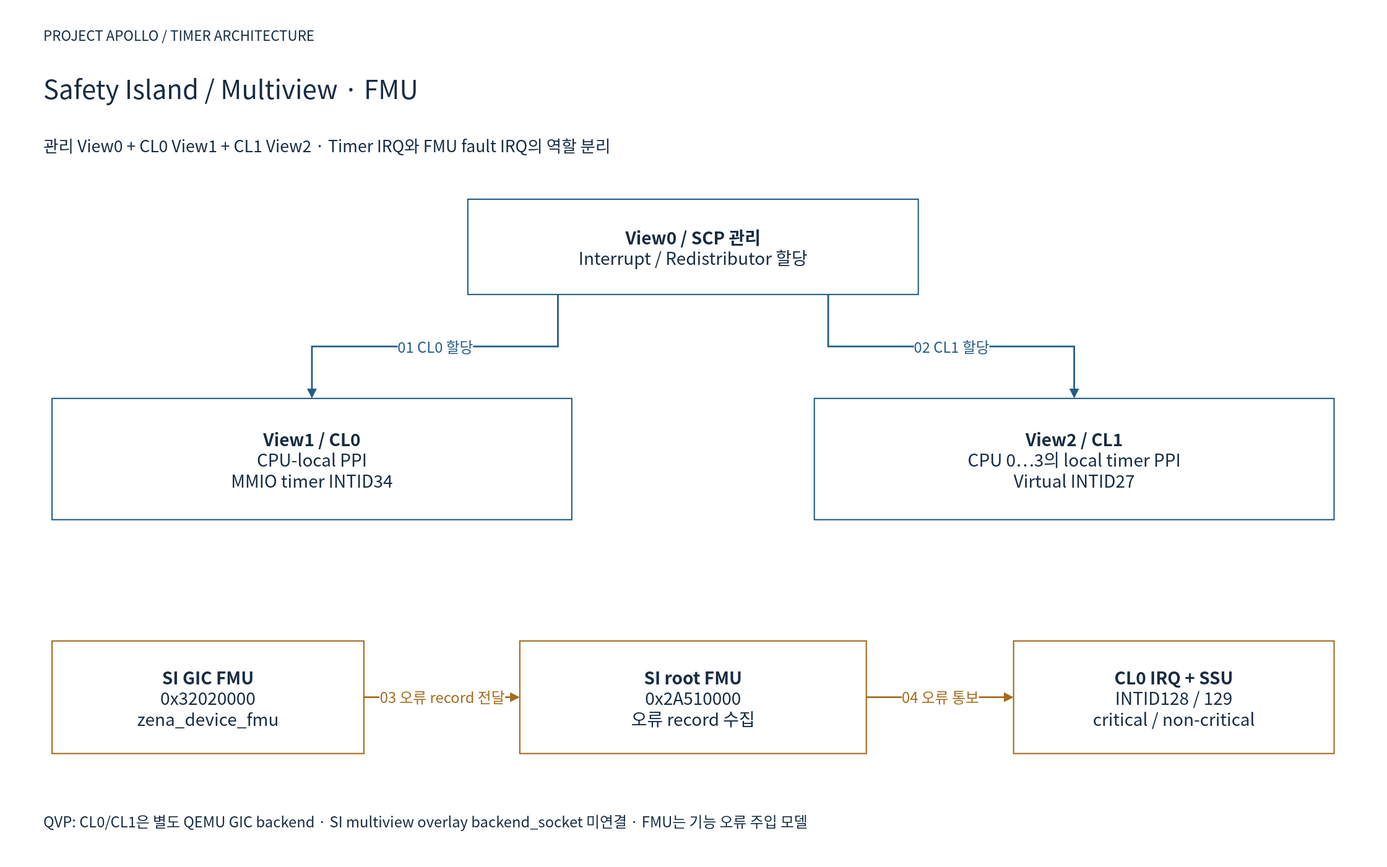
cometzero/project-apollo keeps this draw.io diagram as doc/phase1/interrupt/diagrams/01si-d-automotive.drawio.svg. Above is the earlier version. Source tidied: cells renumbered, new cells last; positions are measured from the earlier drawing's top-left corner, leaving out a move shared by most shapes.
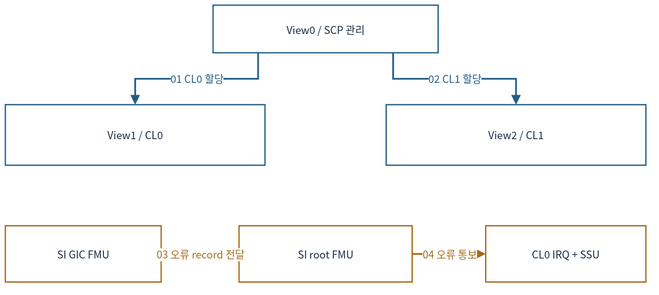
After the commit.

The edit, as a diff of the source:
```diff
@@ -2,50 +2,35 @@
   <root>
     <mxCell id="0" />
     <mxCell id="1" parent="0" />
-    <mxCell id="2" style="rounded=0;whiteSpace=wrap;html=1;fillColor=#FFFFFF;fontColor=#172C43;fontFamily=Noto Sans CJK KR;fontSize=20;strokeWidth=1.5;spacing=12;strokeColor=none;align=left;spacing=0;" parent="1" vertex="1">
-      <mxGeometry width="1600" height="1000" as="geometry" />
-    </mxCell>
-    <mxCell id="3" value="PROJECT APOLLO / TIMER ARCHITECTURE" style="rounded=0;whiteSpace=wrap;html=1;fillColor=#FFFFFF;fontColor=#172C43;fontFamily=Noto Sans CJK KR;fontSize=16;strokeWidth=1.5;spacing=12;strokeColor=none;align=left;spacing=0;" parent="1" vertex="1">
-      <mxGeometry x="50" y="25" width="1500" height="30" as="geometry" />
-    </mxCell>
-    <mxCell id="4" value="Safety Island / Multiview · FMU" style="rounded=0;whiteSpace=wrap;html=1;fillColor=#FFFFFF;fontColor=#172C43;fontFamily=Noto Sans CJK KR;fontSize=30;strokeWidth=1.5;spacing=12;strokeColor=none;align=left;spacing=0;" parent="1" vertex="1">
-      <mxGeometry x="50" y="70" width="1500" height="60" as="geometry" />
-    </mxCell>
-    <mxCell id="5" value="관리 View0 + CL0 View1 + CL1 View2 · Timer IRQ와 FMU fault IRQ의 역할 분리" style="rounded=0;whiteSpace=wrap;html=1;fillColor=#FFFFFF;fontColor=#172C43;fontFamily=Noto Sans CJK KR;fontSize=19;strokeWidth=1.5;spacing=12;strokeColor=none;align=left;spacing=0;" parent="1" vertex="1">
-      <mxGeometry x="50" y="140" width="1500" height="55" as="geometry" />
-    </mxCell>
-    <mxCell id="6" value="&lt;b&gt;View0 / SCP 관리&lt;/b&gt;&lt;br&gt;Interrupt / Redistributor 할당" style="rounded=0;whiteSpace=wrap;html=1;fillColor=#FFFFFF;fontColor=#172C43;fontFamily=Noto Sans CJK KR;fontSize=20;strokeWidth=1.5;spacing=12;strokeColor=#235D86;" parent="1" vertex="1">
-      <mxGeometry x="540" y="230" width="520" height="110" as="geometry" />
+    <mxCell id="6" value="View0 / SCP 관리" style="rounded=0;whiteSpace=wrap;html=1;fillColor=#FFFFFF;fontColor=#172C43;fontFamily=Noto Sans CJK KR;strokeWidth=1.5;strokeColor=#235D86;fontSize=12;spacing=3;whiteSpace=wrap;" parent="1" vertex="1">
+      <mxGeometry x="252" y="12" width="260" height="55" as="geometry" />
     </mxCell>
-    <mxCell id="7" value="&lt;b&gt;View1 / CL0&lt;/b&gt;&lt;br&gt;CPU-local PPI&lt;br&gt;MMIO timer INTID34" style="rounded=0;whiteSpace=wrap;html=1;fillColor=#FFFFFF;fontColor=#172C43;fontFamily=Noto Sans CJK KR;fontSize=20;strokeWidth=1.5;spacing=12;strokeColor=#235D86;" parent="1" vertex="1">
-      <mxGeometry x="60" y="460" width="600" height="140" as="geometry" />
+    <mxCell id="7" value="View1 / CL0" style="rounded=0;whiteSpace=wrap;html=1;fillColor=#FFFFFF;fontColor=#172C43;fontFamily=Noto Sans CJK KR;strokeWidth=1.5;strokeColor=#235D86;fontSize=12;spacing=3;whiteSpace=wrap;" parent="1" vertex="1">
+      <mxGeometry x="12" y="127" width="300" height="70" as="geometry" />
     </mxCell>
-    <mxCell id="8" value="&lt;b&gt;View2 / CL1&lt;/b&gt;&lt;br&gt;CPU 0…3의 local timer PPI&lt;br&gt;Virtual INTID27" style="rounded=0;whiteSpace=wrap;html=1;fillColor=#FFFFFF;fontColor=#172C43;fontFamily=Noto Sans CJK KR;fontSize=20;strokeWidth=1.5;spacing=12;strokeColor=#235D86;" parent="1" vertex="1">
-      <mxGeometry x="940" y="460" width="600" height="140" as="geometry" />
+    <mxCell id="8" value="View2 / CL1" style="rounded=0;whiteSpace=wrap;html=1;fillColor=#FFFFFF;fontColor=#172C43;fontFamily=Noto Sans CJK KR;strokeWidth=1.5;strokeColor=#235D86;fontSize=12;spacing=3;whiteSpace=wrap;" parent="1" vertex="1">
+      <mxGeometry x="452" y="127" width="300" height="70" as="geometry" />
     </mxCell>
-    <mxCell id="9" value="01  CL0 할당" style="edgeStyle=orthogonalEdgeStyle;rounded=0;html=1;endArrow=block;endFill=1;strokeWidth=2;fontFamily=Noto Sans CJK KR;fontSize=17;labelBackgroundColor=#FFFFFF;strokeColor=#235D86;fontColor=#235D86;exitX=0.2;exitY=1;entryX=0.5;entryY=0;" parent="1" edge="1" source="6" target="7">
+    <mxCell id="9" value="01  CL0 할당" style="edgeStyle=orthogonalEdgeStyle;rounded=0;html=1;endArrow=block;endFill=1;strokeWidth=2;fontFamily=Noto Sans CJK KR;labelBackgroundColor=#FFFFFF;strokeColor=#235D86;fontColor=#235D86;exitX=0.2;exitY=1;entryX=0.5;entryY=0;fontSize=12;spacing=3;whiteSpace=nowrap;" parent="1" edge="1" source="6" target="7">
       <mxGeometry relative="1" as="geometry" />
     </mxCell>
-    <mxCell id="10" value="02  CL1 할당" style="edgeStyle=orthogonalEdgeStyle;rounded=0;html=1;endArrow=block;endFill=1;strokeWidth=2;fontFamily=Noto Sans CJK KR;fontSize=17;labelBackgroundColor=#FFFFFF;strokeColor=#235D86;fontColor=#235D86;exitX=0.8;exitY=1;entryX=0.5;entryY=0;" parent="1" edge="1" source="6" target="8">
+    <mxCell id="10" value="02  CL1 할당" style="edgeStyle=orthogonalEdgeStyle;rounded=0;html=1;endArrow=block;endFill=1;strokeWidth=2;fontFamily=Noto Sans CJK KR;labelBackgroundColor=#FFFFFF;strokeColor=#235D86;fontColor=#235D86;exitX=0.8;exitY=1;entryX=0.5;entryY=0;fontSize=12;spacing=3;whiteSpace=nowrap;" parent="1" edge="1" source="6" target="8">
       <mxGeometry relative="1" as="geometry" />
     </mxCell>
-    <mxCell id="11" value="&lt;b&gt;SI GIC FMU&lt;/b&gt;&lt;br&gt;0x32020000&lt;br&gt;zena_device_fmu" style="rounded=0;whiteSpace=wrap;html=1;fillColor=#FFFFFF;fontColor=#172C43;fontFamily=Noto Sans CJK KR;fontSize=20;strokeWidth=1.5;spacing=12;strokeColor=#A56A1A;" parent="1" vertex="1">
-      <mxGeometry x="60" y="740" width="360" height="130" as="geometry" />
+    <mxCell id="11" value="SI GIC FMU" style="rounded=0;whiteSpace=wrap;html=1;fillColor=#FFFFFF;fontColor=#172C43;fontFamily=Noto Sans CJK KR;strokeWidth=1.5;strokeColor=#A56A1A;fontSize=12;spacing=3;whiteSpace=wrap;" parent="1" vertex="1">
+      <mxGeometry x="12" y="267" width="180" height="65" as="geometry" />
     </mxCell>
-    <mxCell id="12" value="&lt;b&gt;SI root FMU&lt;/b&gt;&lt;br&gt;0x2A510000&lt;br&gt;오류 record 수집" style="rounded=0;whiteSpace=wrap;html=1;fillColor=#FFFFFF;fontColor=#172C43;fontFamily=Noto Sans CJK KR;fontSize=20;strokeWidth=1.5;spacing=12;strokeColor=#A56A1A;" parent="1" vertex="1">
-      <mxGeometry x="600" y="740" width="400" height="130" as="geometry" />
+    <mxCell id="12" value="SI root FMU" style="rounded=0;whiteSpace=wrap;html=1;fillColor=#FFFFFF;fontColor=#172C43;fontFamily=Noto Sans CJK KR;strokeWidth=1.5;strokeColor=#A56A1A;fontSize=12;spacing=3;whiteSpace=wrap;" parent="1" vertex="1">
+      <mxGeometry x="282" y="267" width="200" height="65" as="geometry" />
     </mxCell>
-    <mxCell id="13" value="&lt;b&gt;CL0 IRQ + SSU&lt;/b&gt;&lt;br&gt;INTID128 / 129&lt;br&gt;critical / non-critical" style="rounded=0;whiteSpace=wrap;html=1;fillColor=#FFFFFF;fontColor=#172C43;fontFamily=Noto Sans CJK KR;fontSize=20;strokeWidth=1.5;spacing=12;strokeColor=#A56A1A;" parent="1" vertex="1">
-      <mxGeometry x="1170" y="740" width="370" height="130" as="geometry" />
+    <mxCell id="13" value="CL0 IRQ + SSU" style="rounded=0;whiteSpace=wrap;html=1;fillColor=#FFFFFF;fontColor=#172C43;fontFamily=Noto Sans CJK KR;strokeWidth=1.5;strokeColor=#A56A1A;fontSize=12;spacing=3;whiteSpace=wrap;" parent="1" vertex="1">
+      <mxGeometry x="567" y="267" width="185" height="65" as="geometry" />
     </mxCell>
-    <mxCell id="14" value="03  오류 record 전달" style="edgeStyle=orthogonalEdgeStyle;rounded=0;html=1;endArrow=block;endFill=1;strokeWidth=2;fontFamily=Noto Sans CJK KR;fontSize=17;labelBackgroundColor=#FFFFFF;strokeColor=#A56A1A;fontColor=#A56A1A;exitX=1;exitY=0.5;entryX=0;entryY=0.5;" parent="1" edge="1" source="11" target="12">
+    <mxCell id="14" value="03  오류 record 전달" style="edgeStyle=orthogonalEdgeStyle;rounded=0;html=1;endArrow=block;endFill=1;strokeWidth=2;fontFamily=Noto Sans CJK KR;labelBackgroundColor=#FFFFFF;strokeColor=#A56A1A;fontColor=#A56A1A;exitX=1;exitY=0.5;entryX=0;entryY=0.5;fontSize=12;spacing=3;whiteSpace=nowrap;" parent="1" edge="1" source="11" target="12">
       <mxGeometry relative="1" as="geometry" />
     </mxCell>
-    <mxCell id="15" value="04  오류 통보" style="edgeStyle=orthogonalEdgeStyle;rounded=0;html=1;endArrow=block;endFill=1;strokeWidth=2;fontFamily=Noto Sans CJK KR;fontSize=17;labelBackgroundColor=#FFFFFF;strokeColor=#A56A1A;fontColor=#A56A1A;exitX=1;exitY=0.5;entryX=0;entryY=0.5;" parent="1" edge="1" source="12" target="13">
+    <mxCell id="15" value="04  오류 통보" style="edgeStyle=orthogonalEdgeStyle;rounded=0;html=1;endArrow=block;endFill=1;strokeWidth=2;fontFamily=Noto Sans CJK KR;labelBackgroundColor=#FFFFFF;strokeColor=#A56A1A;fontColor=#A56A1A;exitX=1;exitY=0.5;entryX=0;entryY=0.5;fontSize=12;spacing=3;whiteSpace=nowrap;" parent="1" edge="1" source="12" target="13">
       <mxGeometry relative="1" as="geometry" />
     </mxCell>
-    <mxCell id="16" value="QVP: CL0/CL1은 별도 QEMU GIC backend · SI multiview overlay backend_socket 미연결 · FMU는 기능 오류 주입 모델" style="rounded=0;whiteSpace=wrap;html=1;fillColor=#FFFFFF;fontColor=#172C43;fontFamily=Noto Sans CJK KR;fontSize=17;strokeWidth=1.5;spacing=12;strokeColor=none;align=left;spacing=0;" parent="1" vertex="1">
-      <mxGeometry x="50" y="915" width="1500" height="65" as="geometry" />
-    </mxCell>
   </root>
 </mxGraphModel>
```
